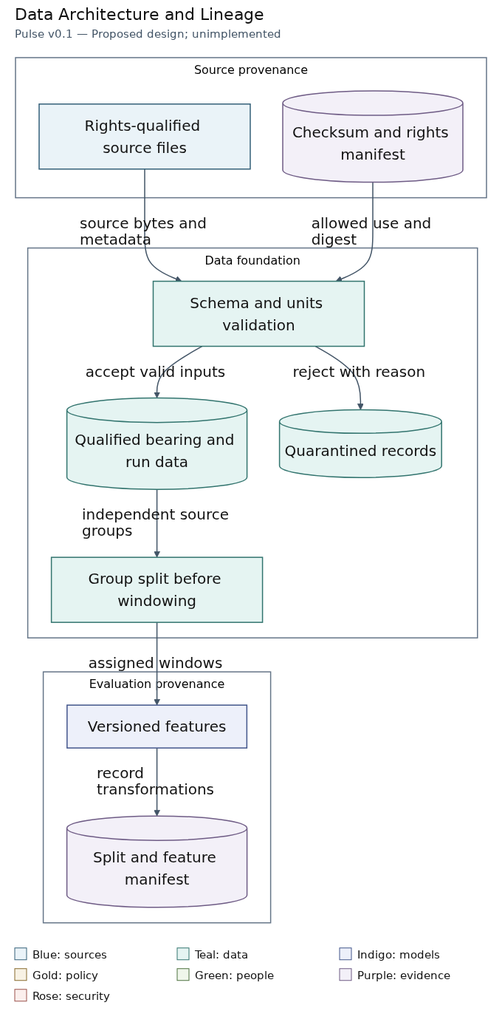
Douglas-Moore-Engineering/pulse-bearing-health keeps this Mermaid diagram as docs/diagrams/03_data_lineage.png. Above is the earlier version. Its source is kept beside it as docs/diagrams/03_data_lineage.mmd.
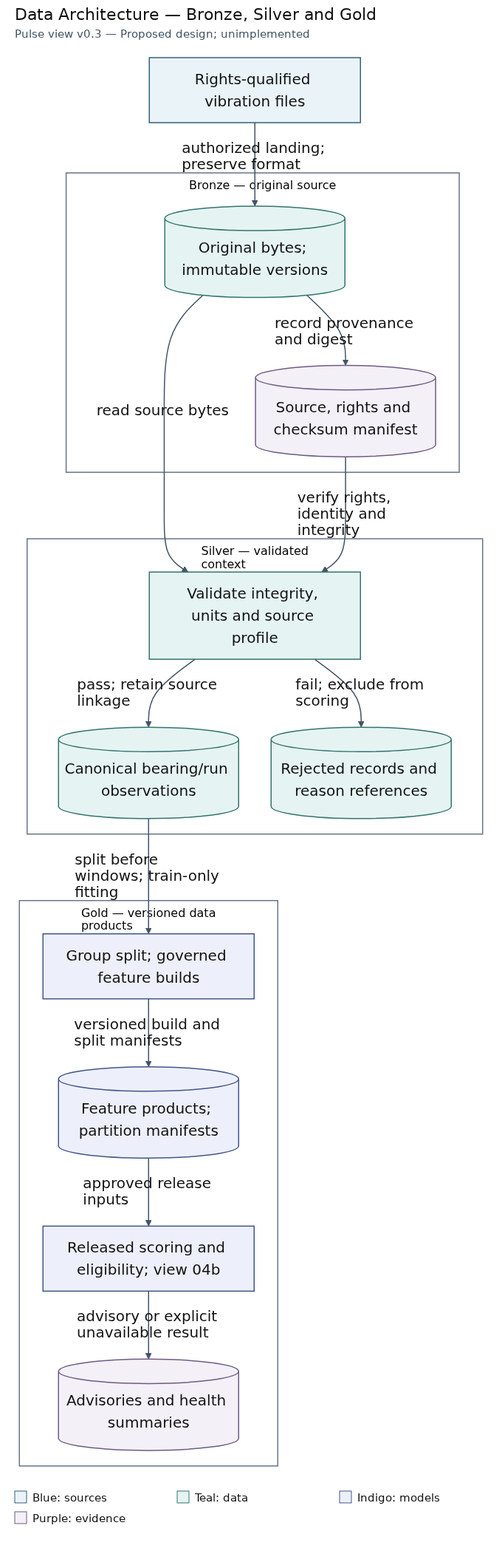
After the commit.

Change to the diagram source:
```diff
@@ -1,29 +1,34 @@
 flowchart TD
-subgraph sg_source["Source provenance"]
- files["Rights-qualified source files"]
- manifest[("Checksum and rights manifest")]
+files["Rights-qualified vibration files"]
+subgraph sg_bronze["Bronze — original source"]
+  raw[("Original bytes; immutable versions")]
+  manifest[("Source, rights and checksum manifest")]
 end
-subgraph sg_data["Data foundation"]
- contract["Schema and units validation"]
- accepted[("Qualified bearing and run data")]
- quarantine[("Quarantined records")]
- split["Group split before windowing"]
+subgraph sg_silver["Silver — validated context"]
+  validate["Validate integrity, units and source profile"]
+  accepted[("Canonical bearing/run observations")]
+  quarantine[("Rejected records and reason references")]
 end
-subgraph sg_evidence["Evaluation provenance"]
- features["Versioned features"]
- lineage[("Split and feature manifest")]
+subgraph sg_gold["Gold — versioned data products"]
+  build["Group split; governed feature builds"]
+  features[("Feature products; partition manifests")]
+  score["Released scoring and eligibility; view 04b"]
+  outputs[("Advisories and health summaries")]
 end
-files -->|"source bytes and metadata"| contract
-manifest -->|"allowed use and digest"| contract
-contract -->|"accept valid inputs"| accepted
-contract -->|"reject with reason"| quarantine
-accepted -->|"independent source groups"| split
-split -->|"assigned windows"| features
-features -->|"record transformations"| lineage
+files -->|"authorized landing; preserve format"| raw
+raw -->|"record provenance and digest"| manifest
+raw -->|"read source bytes"| validate
+manifest -->|"verify rights, identity and integrity"| validate
+validate -->|"pass; retain source linkage"| accepted
+validate -->|"fail; exclude from scoring"| quarantine
+accepted -->|"split before windows; train-only fitting"| build
+build -->|"versioned build and split manifests"| features
+features -->|"approved release inputs"| score
+score -->|"advisory or explicit unavailable result"| outputs
 class files source
-class contract,accepted,quarantine,split data
-class features model
-class manifest,lineage evidence
+class raw,validate,accepted,quarantine data
+class build,features,score model
+class manifest,outputs evidence
   classDef source fill:#EAF3F8,stroke:#356079,stroke-width:1.5px,color:#111111
   classDef data fill:#E5F4F2,stroke:#32746E,stroke-width:1.5px,color:#111111
   classDef model fill:#EDF0FA,stroke:#42558B,stroke-width:1.5px,color:#111111
@@ -31,7 +36,7 @@
   classDef human fill:#EFF6EB,stroke:#4C713E,stroke-width:1.5px,color:#111111
   classDef evidence fill:#F3F0F8,stroke:#6E5B85,stroke-width:1.5px,color:#111111
   classDef security fill:#FBEFED,stroke:#9B534C,stroke-width:1.5px,color:#111111
-  style sg_source fill:none,stroke:#657588,stroke-width:1.5px,color:#111111
-  style sg_data fill:none,stroke:#657588,stroke-width:1.5px,color:#111111
-  style sg_evidence fill:none,stroke:#657588,stroke-width:1.5px,color:#111111
+  style sg_bronze fill:none,stroke:#657588,stroke-width:1.5px,color:#111111
+  style sg_silver fill:none,stroke:#657588,stroke-width:1.5px,color:#111111
+  style sg_gold fill:none,stroke:#657588,stroke-width:1.5px,color:#111111
   linkStyle default stroke:#425466,stroke-width:1.5px
```
